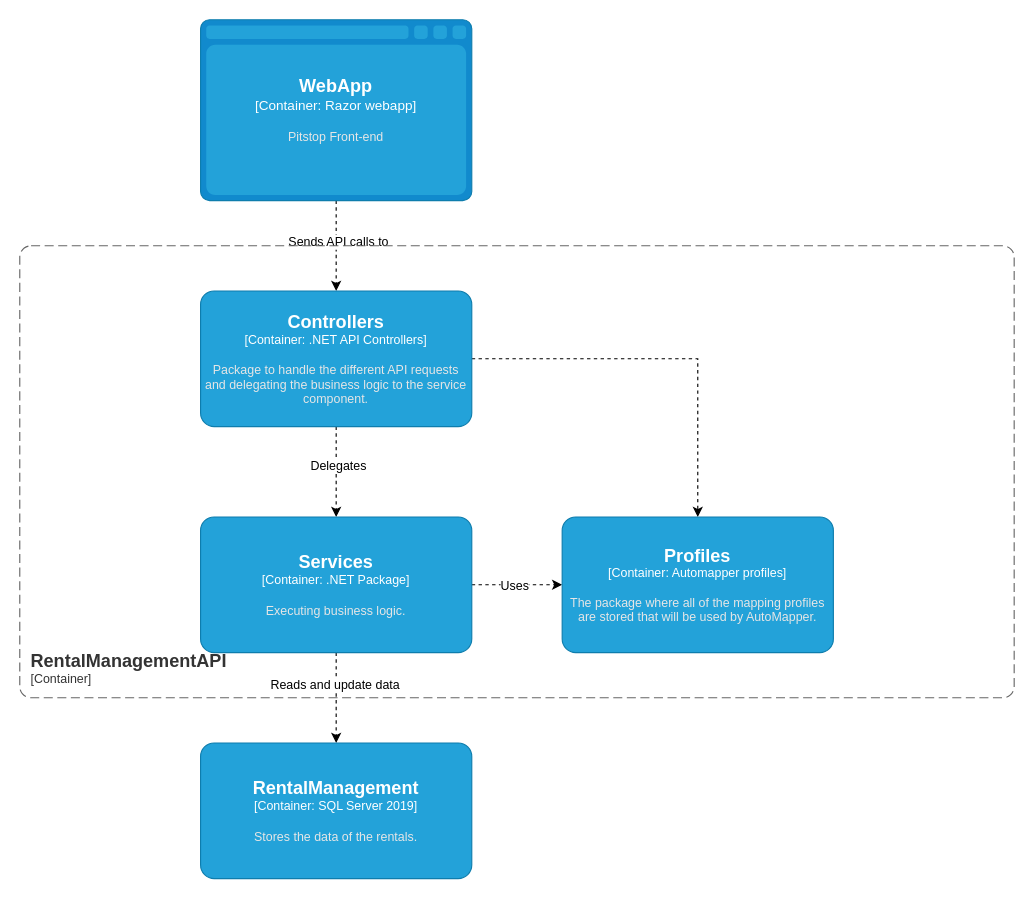
This is Docs/Models/Component diagram RentalManagementAPI.drawio from hanaim-devops/devops-bp-pitstop-uitbreiding-team-tbd, a draw.io file, before an edit. Source tidied: cells renumbered, new cells numbered last; positions are measured from the earlier drawing's top-left corner, leaving out a move shared by most shapes. Both pictures are drawn from the tidied source at 113%, with x=0, y=0 at pixel (19, 19).
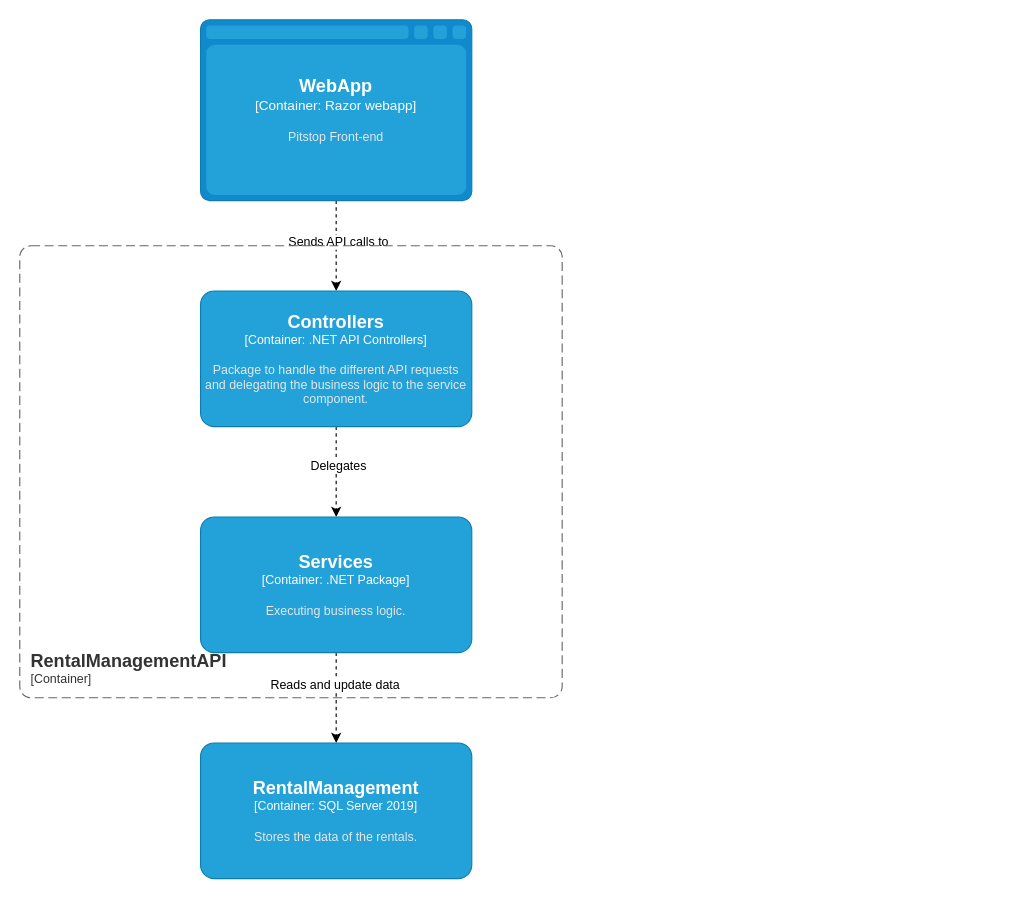
Above is the later version.

Commit message (it also covers changes not shown here):
Changed component diagrams.

Unchanged cells that the change refers to:
```xml
<object id="8" label="&lt;font style=&quot;font-size: 16px&quot;&gt;&lt;b&gt;%c4Name%&lt;/b&gt;&lt;/font&gt;&lt;div&gt;[%c4Type%: %c4Technology%]&lt;/div&gt;&lt;br&gt;&lt;div&gt;&lt;font style=&quot;font-size: 11px&quot;&gt;&lt;font color=&quot;#E6E6E6&quot;&gt;%c4Description%&lt;/font&gt;&lt;/div&gt;" c4Description="Package to handle the different API requests and delegating the business logic to the service component." c4Name="Controllers" c4Technology=".NET API Controllers" c4Type="Container" placeholders="1">
  <mxCell style="rounded=1;whiteSpace=wrap;html=1;fontSize=11;labelBackgroundColor=none;fillColor=#23A2D9;fontColor=#ffffff;align=center;arcSize=10;strokeColor=#0E7DAD;points=[[0.25,0,0],[0.5,0,0],[0.75,0,0],[1,0.25,0],[1,0.5,0],[1,0.75,0],[0.75,1,0],[0.5,1,0],[0.25,1,0],[0,0.75,0],[0,0.5,0],[0,0.25,0]];" parent="1" vertex="1">
    <mxGeometry x="160" y="240" width="240" height="120" as="geometry" />
  </mxCell>
</object>
<object id="13" label="&lt;font style=&quot;font-size: 16px&quot;&gt;&lt;b&gt;%c4Name%&lt;/b&gt;&lt;/font&gt;&lt;div&gt;[%c4Type%: %c4Technology%]&lt;/div&gt;&lt;br&gt;&lt;div&gt;&lt;font style=&quot;font-size: 11px&quot;&gt;&lt;font color=&quot;#E6E6E6&quot;&gt;%c4Description%&lt;/font&gt;&lt;/div&gt;" c4Description="Executing business logic." c4Name="Services" c4Technology=".NET Package" c4Type="Container" placeholders="1">
  <mxCell style="rounded=1;whiteSpace=wrap;html=1;fontSize=11;labelBackgroundColor=none;fillColor=#23A2D9;fontColor=#ffffff;align=center;arcSize=10;strokeColor=#0E7DAD;points=[[0.25,0,0],[0.5,0,0],[0.75,0,0],[1,0.25,0],[1,0.5,0],[1,0.75,0],[0.75,1,0],[0.5,1,0],[0.25,1,0],[0,0.75,0],[0,0.5,0],[0,0.25,0]];" parent="1" vertex="1">
    <mxGeometry x="160" y="440" width="240" height="120" as="geometry" />
  </mxCell>
</object>
```

Diff of the diagram source:
```diff
@@
-    <mxCell id="7" style="edgeStyle=orthogonalEdgeStyle;rounded=0;jettySize=auto;html=1;dashed=1;" parent="1" edge="1" source="8" target="14">
-      <mxGeometry relative="1" as="geometry" />
-    </mxCell>
@@
-    <mxCell id="9" style="edgeStyle=orthogonalEdgeStyle;rounded=0;jettySize=auto;html=1;dashed=1;" parent="1" edge="1" source="13" target="14">
-      <mxGeometry relative="1" as="geometry" />
-    </mxCell>
-    <mxCell id="10" value="Uses" style="edgeLabel;html=1;align=center;verticalAlign=middle;" parent="9" vertex="1">
-      <mxGeometry x="-0.07" relative="1" as="geometry" />
-    </mxCell>
@@
-    <object id="14" label="&lt;font style=&quot;font-size: 16px&quot;&gt;&lt;b&gt;%c4Name%&lt;/b&gt;&lt;/font&gt;&lt;div&gt;[%c4Type%: %c4Technology%]&lt;/div&gt;&lt;br&gt;&lt;div&gt;&lt;font style=&quot;font-size: 11px&quot;&gt;&lt;font color=&quot;#E6E6E6&quot;&gt;%c4Description%&lt;/font&gt;&lt;/div&gt;" c4Description="The package where all of the mapping profiles are stored that will be used by AutoMapper." c4Name="Profiles" c4Technology="Automapper profiles" c4Type="Container" placeholders="1">
-      <mxCell style="rounded=1;whiteSpace=wrap;html=1;fontSize=11;labelBackgroundColor=none;fillColor=#23A2D9;fontColor=#ffffff;align=center;arcSize=10;strokeColor=#0E7DAD;points=[[0.25,0,0],[0.5,0,0],[0.75,0,0],[1,0.25,0],[1,0.5,0],[1,0.75,0],[0.75,1,0],[0.5,1,0],[0.25,1,0],[0,0.75,0],[0,0.5,0],[0,0.25,0]];" parent="1" vertex="1">
-        <mxGeometry x="480" y="440" width="240" height="120" as="geometry" />
-      </mxCell>
-    </object>
@@
     <object id="16" label="&lt;font style=&quot;font-size: 16px&quot;&gt;&lt;b&gt;&lt;div style=&quot;text-align: left&quot;&gt;%c4Name%&lt;/div&gt;&lt;/b&gt;&lt;/font&gt;&lt;div style=&quot;text-align: left&quot;&gt;[%c4Application%]&lt;/div&gt;" c4Application="Container" c4Name="RentalManagementAPI" placeholders="1">
       <mxCell style="rounded=1;fontSize=11;whiteSpace=wrap;html=1;dashed=1;arcSize=20;fillColor=none;strokeColor=#666666;fontColor=#333333;labelBackgroundColor=none;align=left;verticalAlign=bottom;labelBorderColor=none;spacingTop=0;spacing=10;dashPattern=8 4;perimeter=rectanglePerimeter;noLabel=0;labelPadding=0;absoluteArcSize=1;" parent="1" vertex="1">
-        <mxGeometry y="200" width="880" height="400" as="geometry" />
+        <mxGeometry y="200" width="480" height="400" as="geometry" />
       </mxCell>
     </object>
```
